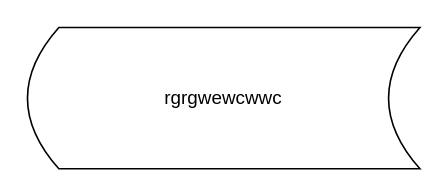
Before: test.drawio in Panda-Ghost/mydraw, a draw.io diagram. Source tidied: cells renumbered, new cells numbered last; positions are measured from the earlier drawing's top-left corner, leaving out a move shared by most shapes. Both pictures are drawn from the tidied source at 157%, with x=0, y=0 at pixel (27, 27).
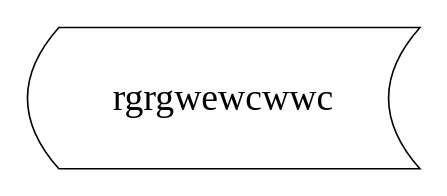
The same diagram, later.

The edit, as a diff of the source:
```diff
@@
 <mxGraphModel>
   <root>
     <mxCell id="0" />
     <mxCell id="1" parent="0" />
-    <mxCell id="2" value="rgrgwewcwwc" style="shape=dataStorage;whiteSpace=wrap;html=1;fixedSize=1;" parent="1" vertex="1">
+    <mxCell id="2" value="&lt;font style=&quot;font-size: 24px;&quot; face=&quot;Times New Roman&quot;&gt;rgrgwewcwwc&lt;/font&gt;" style="shape=dataStorage;whiteSpace=wrap;html=1;fixedSize=1;" parent="1" vertex="1">
       <mxGeometry width="250" height="90" as="geometry" />
     </mxCell>
   </root>
 </mxGraphModel>
```
